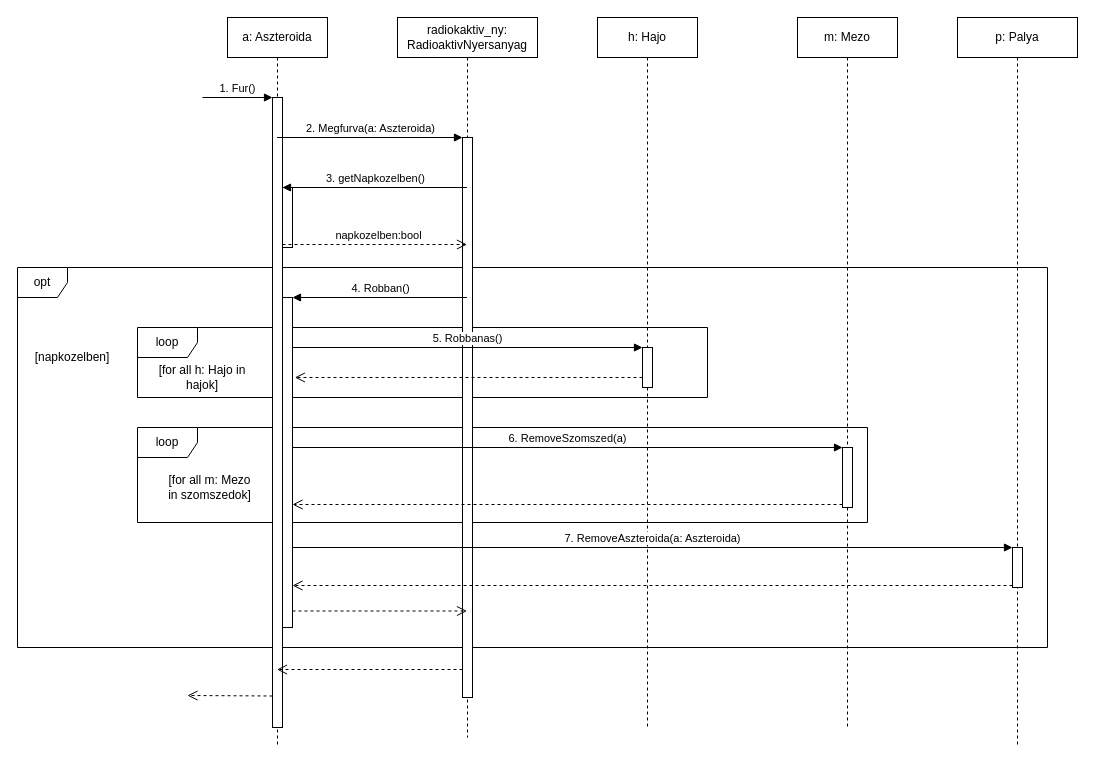
torpeBoiGo/aszteroidabanyaszat keeps this draw.io diagram as page "Page-1" (1 of 2) of doc/uml/radioaktív_aszteroida_furas.drawio. Above is the earlier version. Source tidied: cells renumbered, new cells numbered last; positions are measured from the earlier drawing's top-left corner, leaving out a move shared by most shapes. Both pictures are drawn from the tidied source at 100%, with x=0, y=0 at pixel (17, 17).
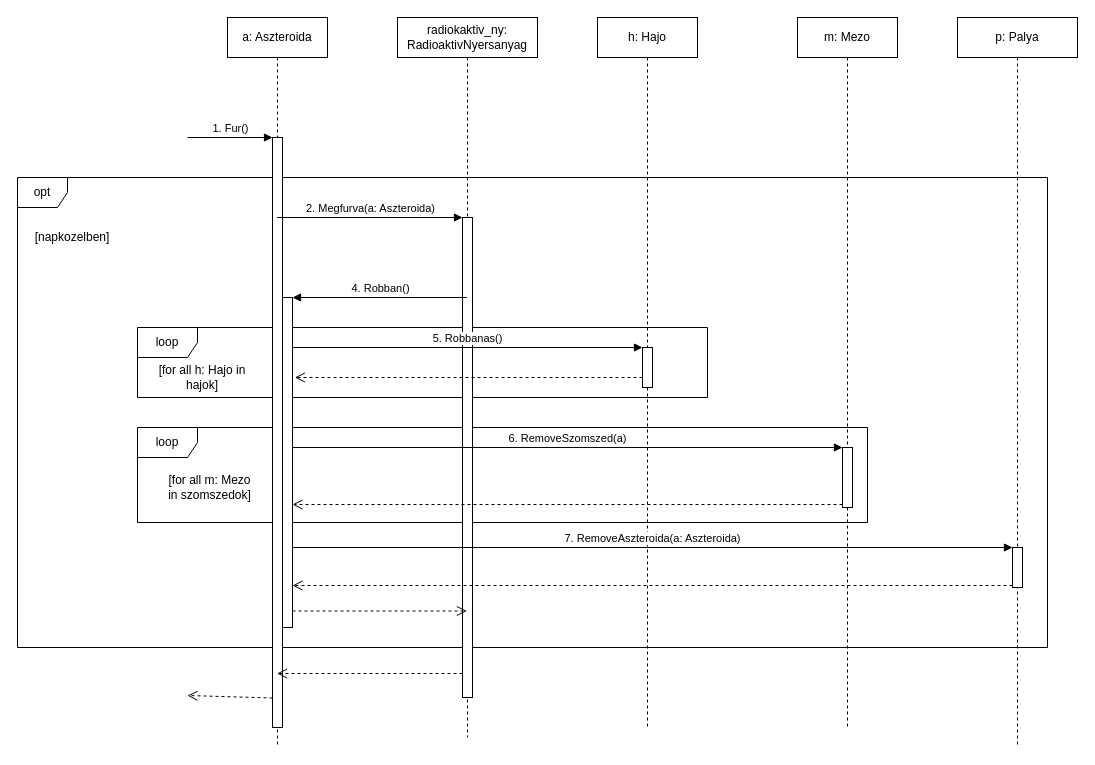
The same page after the edit.

Commit message:
Update radioaktív_aszteroida_furas.drawio: page 2 uj diagram

Unchanged cells that the change refers to:
```xml
<mxCell id="5" value="a: Aszteroida" style="shape=umlLifeline;perimeter=lifelinePerimeter;whiteSpace=wrap;html=1;outlineConnect=0;" parent="1" vertex="1">
  <mxGeometry x="210" width="100" height="730" as="geometry" />
</mxCell>
<mxCell id="11" value="radiokaktiv_ny: RadioaktivNyersanyag" style="shape=umlLifeline;perimeter=lifelinePerimeter;whiteSpace=wrap;html=1;outlineConnect=0;" parent="1" vertex="1">
  <mxGeometry x="380" width="140" height="720" as="geometry" />
</mxCell>
```

What changed in the source:
```diff
@@
     <mxCell id="3" value="opt" style="shape=umlFrame;whiteSpace=wrap;html=1;width=50;height=30;" parent="1" vertex="1">
-      <mxGeometry y="250" width="1030" height="380" as="geometry" />
+      <mxGeometry y="160" width="1030" height="470" as="geometry" />
     </mxCell>
@@
     <mxCell id="6" style="html=1;points=[];perimeter=orthogonalPerimeter;" parent="5" vertex="1">
-      <mxGeometry x="45" y="80" width="10" height="630" as="geometry" />
+      <mxGeometry x="45" y="120" width="10" height="590" as="geometry" />
     </mxCell>
     <mxCell id="7" value="1. Fur()" style="html=1;verticalAlign=bottom;endArrow=block;entryX=0;entryY=0;" parent="5" edge="1" target="6">
       <mxGeometry relative="1" as="geometry">
-        <mxPoint x="-25" y="80" as="sourcePoint" />
+        <mxPoint x="-40" y="120" as="sourcePoint" />
       </mxGeometry>
     </mxCell>
@@
-    <mxCell id="10" style="html=1;points=[];perimeter=orthogonalPerimeter;" parent="5" vertex="1">
-      <mxGeometry x="55" y="170" width="10" height="60" as="geometry" />
-    </mxCell>
@@
     <mxCell id="12" style="html=1;points=[];perimeter=orthogonalPerimeter;" parent="11" vertex="1">
-      <mxGeometry x="65" y="120" width="10" height="560" as="geometry" />
+      <mxGeometry x="65" y="200" width="10" height="480" as="geometry" />
     </mxCell>
@@
     <mxCell id="31" value="[napkozelben]" style="text;html=1;strokeColor=none;fillColor=none;align=center;verticalAlign=middle;whiteSpace=wrap;rounded=0;" parent="1" vertex="1">
-      <mxGeometry y="330" width="110" height="20" as="geometry" />
+      <mxGeometry y="210" width="110" height="20" as="geometry" />
     </mxCell>
-    <mxCell id="32" value="3. getNapkozelben()" style="html=1;verticalAlign=bottom;endArrow=block;entryX=0;entryY=0;" parent="1" edge="1" source="11" target="10">
-      <mxGeometry relative="1" as="geometry" />
-    </mxCell>
-    <mxCell id="33" value="napkozelben:bool" style="html=1;verticalAlign=bottom;endArrow=open;dashed=1;endSize=8;exitX=0;exitY=0.95;" parent="1" edge="1" source="10" target="11">
-      <mxGeometry x="0.03" relative="1" as="geometry">
-        <mxPoint x="1" as="offset" />
-      </mxGeometry>
-    </mxCell>
```
